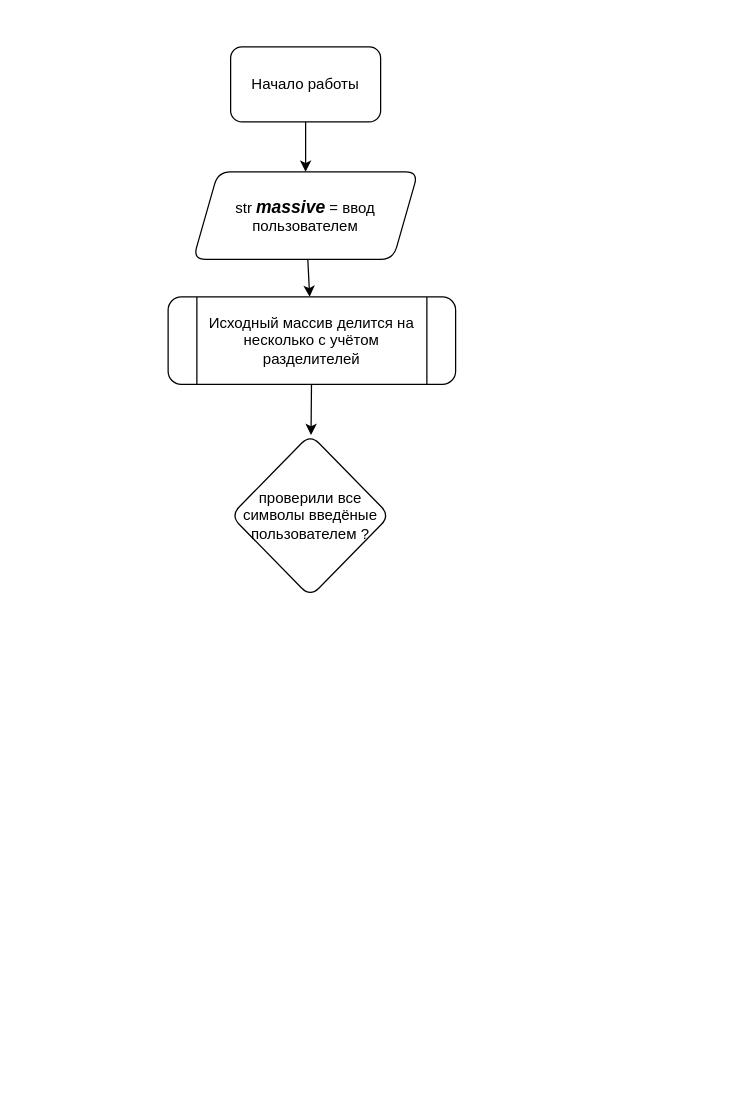
Earlier version of the draw.io diagram algoritm.drawio (SenEvgYur/Control-work-1). Source tidied: cells renumbered, new cells numbered last; positions are measured from the earlier drawing's top-left corner, leaving out a move shared by most shapes. Both pictures are drawn from the tidied source at 125%, with x=0, y=0 at pixel (168, 46).
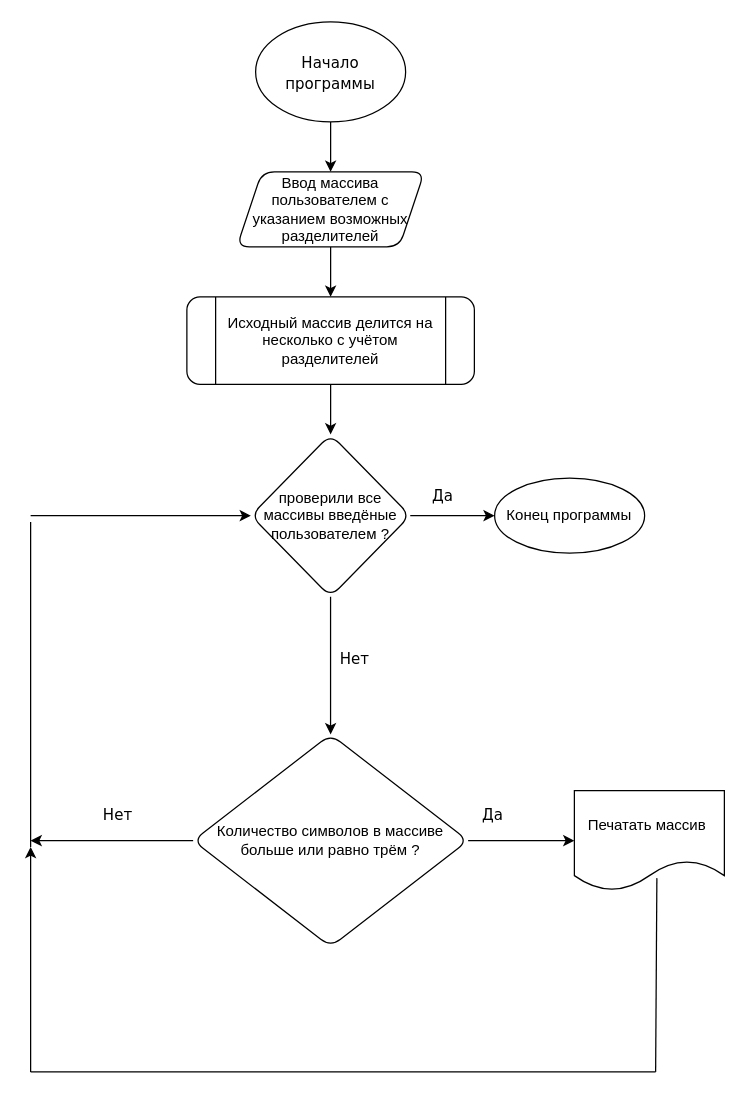
The same page after the edit.

Commit message:
Нарисована блок-схема процесса

Change to the diagram source:
```diff
@@
-    <mxCell id="2" style="edgeStyle=none;html=1;" parent="1" edge="1" source="3" target="5">
-      <mxGeometry relative="1" as="geometry" />
-    </mxCell>
-    <mxCell id="3" value="Начало работы" style="rounded=1;whiteSpace=wrap;html=1;" parent="1" vertex="1">
-      <mxGeometry x="50" width="120" height="60" as="geometry" />
-    </mxCell>
@@
-    <mxCell id="5" value="str &lt;i&gt;&lt;b&gt;&lt;font style=&quot;font-size: 14px&quot;&gt;massive&lt;/font&gt;&lt;/b&gt;&lt;/i&gt; = ввод пользователем" style="shape=parallelogram;perimeter=parallelogramPerimeter;whiteSpace=wrap;html=1;fixedSize=1;rounded=1;" parent="1" vertex="1">
-      <mxGeometry x="20" y="100" width="180" height="70" as="geometry" />
+    <mxCell id="5" value="Ввод массива пользователем с указанием возможных разделителей" style="shape=parallelogram;perimeter=parallelogramPerimeter;whiteSpace=wrap;html=1;fixedSize=1;rounded=1;" parent="1" vertex="1">
+      <mxGeometry x="55" y="100" width="150" height="60" as="geometry" />
     </mxCell>
@@
     <mxCell id="7" value="Исходный массив делится на несколько с учётом разделителей" style="shape=process;whiteSpace=wrap;html=1;backgroundOutline=1;rounded=1;" parent="1" vertex="1">
-      <mxGeometry y="200" width="230" height="70" as="geometry" />
+      <mxGeometry x="15" y="200" width="230" height="70" as="geometry" />
     </mxCell>
+    <mxCell id="9" style="edgeStyle=none;html=1;fontFamily=Verdana;fontSize=12;" parent="1" edge="1" source="8" target="13">
+      <mxGeometry relative="1" as="geometry" />
+    </mxCell>
+    <mxCell id="10" style="edgeStyle=none;html=1;fontFamily=Verdana;fontSize=12;" parent="1" edge="1" source="8" target="16">
+      <mxGeometry relative="1" as="geometry" />
+    </mxCell>
-    <mxCell id="8" value="проверили все символы введёные пользователем ?&lt;br&gt;" style="rhombus;whiteSpace=wrap;html=1;rounded=1;" parent="1" vertex="1">
-      <mxGeometry x="50" y="310" width="127.5" height="130" as="geometry" />
+    <mxCell id="8" value="проверили все массивы введёные пользователем ?" style="rhombus;whiteSpace=wrap;html=1;rounded=1;" parent="1" vertex="1">
+      <mxGeometry x="66.2" y="310" width="127.5" height="130" as="geometry" />
     </mxCell>
+    <mxCell id="11" style="edgeStyle=none;html=1;fontFamily=Verdana;fontSize=14;" parent="1" edge="1" source="12" target="5">
+      <mxGeometry relative="1" as="geometry" />
+    </mxCell>
+    <mxCell id="12" value="&lt;font style=&quot;font-size: 12px&quot;&gt;Начало программы&lt;/font&gt;" style="ellipse;whiteSpace=wrap;html=1;fontFamily=Verdana;fontSize=14;" parent="1" vertex="1">
+      <mxGeometry x="70" y="-20" width="120" height="80" as="geometry" />
+    </mxCell>
+    <mxCell id="13" value="Конец программы" style="ellipse;whiteSpace=wrap;html=1;rounded=1;" parent="1" vertex="1">
+      <mxGeometry x="261.2" y="345" width="120" height="60" as="geometry" />
+    </mxCell>
+    <mxCell id="14" value="Да" style="text;html=1;strokeColor=none;fillColor=none;align=center;verticalAlign=middle;whiteSpace=wrap;rounded=0;fontFamily=Verdana;fontSize=12;" parent="1" vertex="1">
+      <mxGeometry x="190" y="345" width="60" height="30" as="geometry" />
+    </mxCell>
+    <mxCell id="15" style="edgeStyle=none;html=1;fontFamily=Verdana;fontSize=12;targetPerimeterSpacing=0;" parent="1" edge="1" source="16" target="22">
+      <mxGeometry relative="1" as="geometry" />
+    </mxCell>
+    <mxCell id="16" value="&lt;div&gt;&lt;span&gt;Количество символов в массиве больше или равно трём ?&lt;/span&gt;&lt;/div&gt;" style="rhombus;whiteSpace=wrap;html=1;rounded=1;align=center;" parent="1" vertex="1">
+      <mxGeometry x="20" y="550" width="220" height="170" as="geometry" />
+    </mxCell>
+    <mxCell id="17" value="Нет" style="text;html=1;strokeColor=none;fillColor=none;align=center;verticalAlign=middle;whiteSpace=wrap;rounded=0;fontFamily=Verdana;fontSize=12;" parent="1" vertex="1">
+      <mxGeometry x="107.5" y="470" width="82.5" height="40" as="geometry" />
+    </mxCell>
+    <mxCell id="18" style="endArrow=none;html=1;fontFamily=Verdana;fontSize=12;" parent="1" edge="1">
+      <mxGeometry relative="1" as="geometry">
+        <mxPoint x="-110" y="640" as="sourcePoint" />
+        <mxPoint x="-110" y="380" as="targetPoint" />
+      </mxGeometry>
+    </mxCell>
+    <mxCell id="19" style="endArrow=classic;html=1;fontFamily=Verdana;fontSize=12;entryX=0;entryY=0.5;entryDx=0;entryDy=0;" parent="1" edge="1" target="8">
+      <mxGeometry relative="1" as="geometry">
+        <mxPoint x="-110" y="375" as="sourcePoint" />
+      </mxGeometry>
+    </mxCell>
+    <mxCell id="20" value="Нет" style="text;html=1;strokeColor=none;fillColor=none;align=center;verticalAlign=middle;whiteSpace=wrap;rounded=0;fontFamily=Verdana;fontSize=12;" parent="1" vertex="1">
+      <mxGeometry x="-70" y="600" width="60" height="30" as="geometry" />
+    </mxCell>
+    <mxCell id="21" style="endArrow=classic;html=1;fontFamily=Verdana;fontSize=12;targetPerimeterSpacing=0;exitX=0;exitY=0.5;exitDx=0;exitDy=0;" parent="1" edge="1" source="16">
+      <mxGeometry relative="1" as="geometry">
+        <mxPoint x="-110" y="635" as="targetPoint" />
+      </mxGeometry>
+    </mxCell>
+    <mxCell id="22" value="Печатать массив&amp;nbsp;" style="shape=document;whiteSpace=wrap;html=1;boundedLbl=1;rounded=1;" parent="1" vertex="1">
+      <mxGeometry x="325" y="595" width="120" height="80" as="geometry" />
+    </mxCell>
+    <mxCell id="23" style="endArrow=none;html=1;fontFamily=Verdana;fontSize=12;targetPerimeterSpacing=0;entryX=0.55;entryY=0.875;entryDx=0;entryDy=0;entryPerimeter=0;" parent="1" edge="1" target="22">
+      <mxGeometry relative="1" as="geometry">
+        <mxPoint x="390" y="820" as="sourcePoint" />
+      </mxGeometry>
+    </mxCell>
+    <mxCell id="24" style="endArrow=none;html=1;fontFamily=Verdana;fontSize=12;targetPerimeterSpacing=0;" parent="1" edge="1">
+      <mxGeometry relative="1" as="geometry">
+        <mxPoint x="-110" y="820" as="sourcePoint" />
+        <mxPoint x="390" y="820" as="targetPoint" />
+      </mxGeometry>
+    </mxCell>
+    <mxCell id="25" style="endArrow=classic;html=1;fontFamily=Verdana;fontSize=12;targetPerimeterSpacing=0;" parent="1" edge="1">
+      <mxGeometry relative="1" as="geometry">
+        <mxPoint x="-110" y="820" as="sourcePoint" />
+        <mxPoint x="-110" y="640" as="targetPoint" />
+      </mxGeometry>
+    </mxCell>
+    <mxCell id="26" value="Да" style="text;html=1;strokeColor=none;fillColor=none;align=center;verticalAlign=middle;whiteSpace=wrap;rounded=0;fontFamily=Verdana;fontSize=12;" parent="1" vertex="1">
+      <mxGeometry x="230" y="600" width="60" height="30" as="geometry" />
+    </mxCell>
```
